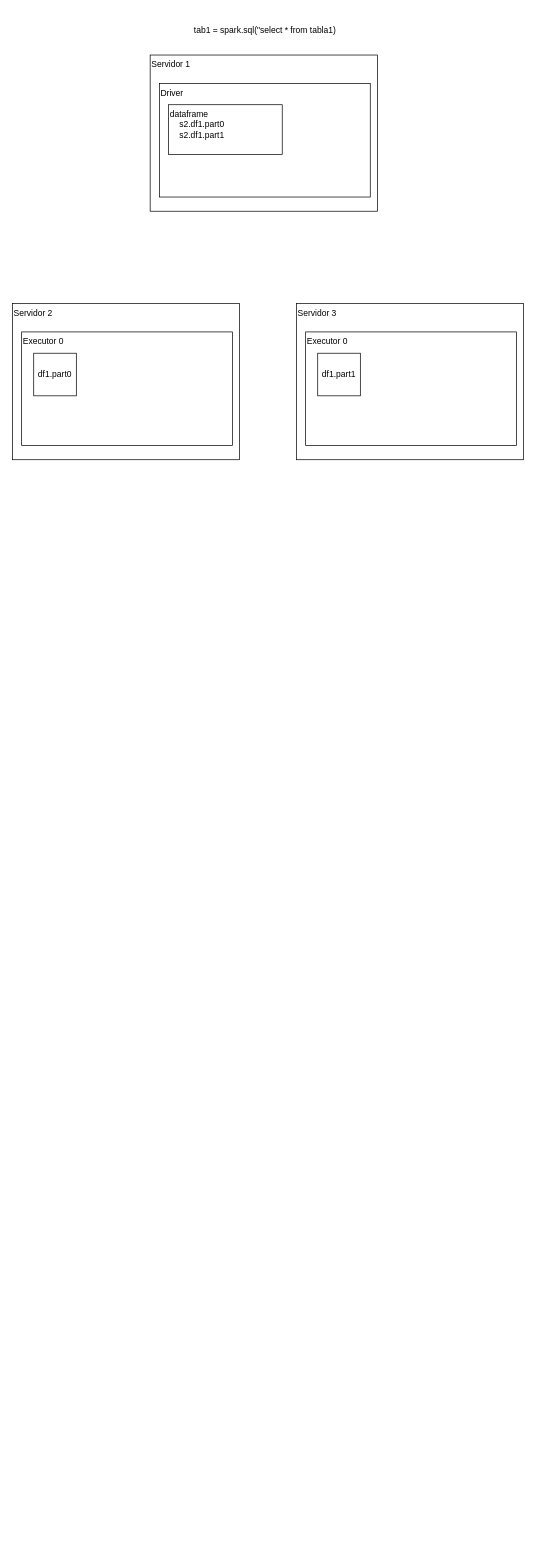
This is draw.io/LaLiga/spark_arq.drawio from icuefue/draw.io, a draw.io file, before an edit. Source tidied: cells renumbered, new cells numbered last; positions are measured from the earlier drawing's top-left corner, leaving out a move shared by most shapes. Both pictures are drawn from the tidied source at 71%, with x=0, y=0 at pixel (12, 19).
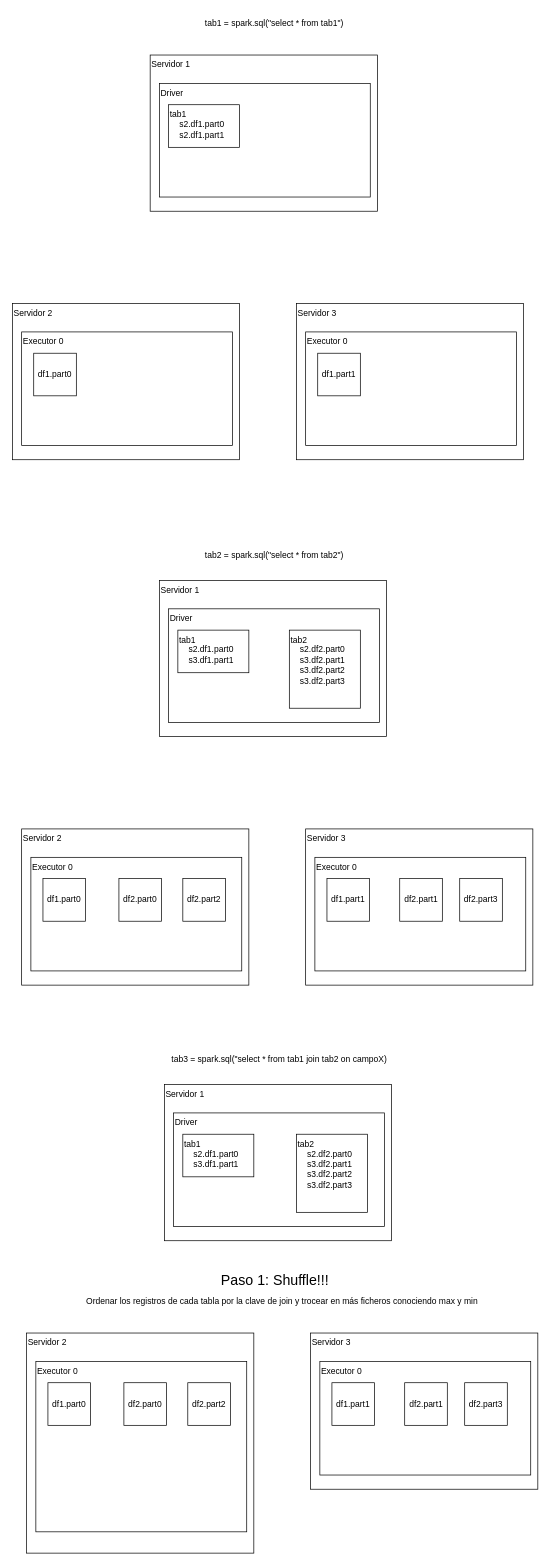
After the change.

The edit, as a diff of the source:
```diff
@@
-    <mxCell id="8" value="tab1 = spark.sql(&quot;select * from tabla1)" style="text;html=1;strokeColor=none;fillColor=none;align=center;verticalAlign=middle;whiteSpace=wrap;rounded=0;" parent="1" vertex="1">
-      <mxGeometry x="105.5" width="500" height="30" as="geometry" />
-    </mxCell>
-    <mxCell id="9" value="dataframe&lt;br&gt;&amp;nbsp; &amp;nbsp; s2.df1.part0&lt;br&gt;&amp;nbsp; &amp;nbsp; s2.df1.part1" style="rounded=0;whiteSpace=wrap;html=1;align=left;verticalAlign=top;" parent="1" vertex="1">
-      <mxGeometry x="220" y="120" width="160" height="70" as="geometry" />
+    <mxCell id="9" value="tab1&lt;br&gt;&amp;nbsp; &amp;nbsp; s2.df1.part0&lt;br&gt;&amp;nbsp; &amp;nbsp; s2.df1.part1" style="rounded=0;whiteSpace=wrap;html=1;align=left;verticalAlign=top;" parent="1" vertex="1">
+      <mxGeometry x="220" y="120" width="100" height="60" as="geometry" />
     </mxCell>
@@
+    <mxCell id="12" value="Servidor 2" style="rounded=0;whiteSpace=wrap;html=1;verticalAlign=top;align=left;" parent="1" vertex="1">
+      <mxGeometry x="13" y="1140" width="320" height="220" as="geometry" />
+    </mxCell>
+    <mxCell id="13" value="Executor 0" style="rounded=0;whiteSpace=wrap;html=1;align=left;verticalAlign=top;" parent="1" vertex="1">
+      <mxGeometry x="26" y="1180" width="297" height="160" as="geometry" />
+    </mxCell>
+    <mxCell id="14" value="Servidor 1" style="rounded=0;whiteSpace=wrap;html=1;verticalAlign=top;align=left;" parent="1" vertex="1">
+      <mxGeometry x="207" y="790" width="320" height="220" as="geometry" />
+    </mxCell>
+    <mxCell id="15" value="Driver" style="rounded=0;whiteSpace=wrap;html=1;align=left;verticalAlign=top;" parent="1" vertex="1">
+      <mxGeometry x="220" y="830" width="297" height="160" as="geometry" />
+    </mxCell>
+    <mxCell id="16" value="Servidor 3" style="rounded=0;whiteSpace=wrap;html=1;verticalAlign=top;align=left;" parent="1" vertex="1">
+      <mxGeometry x="413" y="1140" width="320" height="220" as="geometry" />
+    </mxCell>
+    <mxCell id="17" value="Executor 0" style="rounded=0;whiteSpace=wrap;html=1;align=left;verticalAlign=top;" parent="1" vertex="1">
+      <mxGeometry x="426" y="1180" width="297" height="160" as="geometry" />
+    </mxCell>
+    <mxCell id="18" value="tab1&lt;br&gt;&amp;nbsp; &amp;nbsp; s2.df1.part0&lt;br&gt;&amp;nbsp; &amp;nbsp; s3.df1.part1" style="rounded=0;whiteSpace=wrap;html=1;align=left;verticalAlign=top;" parent="1" vertex="1">
+      <mxGeometry x="233" y="860" width="100" height="60" as="geometry" />
+    </mxCell>
+    <mxCell id="19" value="df1.part0" style="rounded=0;whiteSpace=wrap;html=1;" parent="1" vertex="1">
+      <mxGeometry x="43" y="1210" width="60" height="60" as="geometry" />
+    </mxCell>
+    <mxCell id="20" value="df1.part1" style="rounded=0;whiteSpace=wrap;html=1;" parent="1" vertex="1">
+      <mxGeometry x="443" y="1210" width="60" height="60" as="geometry" />
+    </mxCell>
+    <mxCell id="21" value="tab2&lt;br&gt;&amp;nbsp; &amp;nbsp; s2.df2.part0&lt;br&gt;&amp;nbsp; &amp;nbsp; s3.df2.part1&lt;br&gt;&amp;nbsp; &amp;nbsp; s3.df2.part2&lt;br&gt;&amp;nbsp; &amp;nbsp; s3.df2.part3" style="rounded=0;whiteSpace=wrap;html=1;align=left;verticalAlign=top;" parent="1" vertex="1">
+      <mxGeometry x="390" y="860" width="100" height="110" as="geometry" />
+    </mxCell>
+    <mxCell id="22" value="df2.part0" style="rounded=0;whiteSpace=wrap;html=1;" parent="1" vertex="1">
+      <mxGeometry x="150" y="1210" width="60" height="60" as="geometry" />
+    </mxCell>
+    <mxCell id="23" value="df2.part1" style="rounded=0;whiteSpace=wrap;html=1;" parent="1" vertex="1">
+      <mxGeometry x="545.5" y="1210" width="60" height="60" as="geometry" />
+    </mxCell>
+    <mxCell id="24" value="df2.part2" style="rounded=0;whiteSpace=wrap;html=1;" parent="1" vertex="1">
+      <mxGeometry x="240" y="1210" width="60" height="60" as="geometry" />
+    </mxCell>
+    <mxCell id="25" value="df2.part3" style="rounded=0;whiteSpace=wrap;html=1;" parent="1" vertex="1">
+      <mxGeometry x="630" y="1210" width="60" height="60" as="geometry" />
+    </mxCell>
+    <mxCell id="26" value="Servidor 2" style="rounded=0;whiteSpace=wrap;html=1;verticalAlign=top;align=left;" parent="1" vertex="1">
+      <mxGeometry x="20" y="1850" width="320" height="310" as="geometry" />
+    </mxCell>
+    <mxCell id="27" value="Executor 0" style="rounded=0;whiteSpace=wrap;html=1;align=left;verticalAlign=top;" parent="1" vertex="1">
+      <mxGeometry x="33" y="1890" width="297" height="240" as="geometry" />
+    </mxCell>
+    <mxCell id="28" value="Servidor 1" style="rounded=0;whiteSpace=wrap;html=1;verticalAlign=top;align=left;" parent="1" vertex="1">
+      <mxGeometry x="214" y="1500" width="320" height="220" as="geometry" />
+    </mxCell>
+    <mxCell id="29" value="Driver" style="rounded=0;whiteSpace=wrap;html=1;align=left;verticalAlign=top;" parent="1" vertex="1">
+      <mxGeometry x="227" y="1540" width="297" height="160" as="geometry" />
+    </mxCell>
+    <mxCell id="30" value="Servidor 3" style="rounded=0;whiteSpace=wrap;html=1;verticalAlign=top;align=left;" parent="1" vertex="1">
+      <mxGeometry x="420" y="1850" width="320" height="220" as="geometry" />
+    </mxCell>
+    <mxCell id="31" value="Executor 0" style="rounded=0;whiteSpace=wrap;html=1;align=left;verticalAlign=top;" parent="1" vertex="1">
+      <mxGeometry x="433" y="1890" width="297" height="160" as="geometry" />
+    </mxCell>
+    <mxCell id="32" value="tab3 = spark.sql(&quot;select * from tab1 join tab2 on campoX)" style="text;html=1;strokeColor=none;fillColor=none;align=center;verticalAlign=middle;whiteSpace=wrap;rounded=0;" parent="1" vertex="1">
+      <mxGeometry x="125.5" y="1450" width="500" height="30" as="geometry" />
+    </mxCell>
+    <mxCell id="33" value="tab1&lt;br&gt;&amp;nbsp; &amp;nbsp; s2.df1.part0&lt;br&gt;&amp;nbsp; &amp;nbsp; s3.df1.part1" style="rounded=0;whiteSpace=wrap;html=1;align=left;verticalAlign=top;" parent="1" vertex="1">
+      <mxGeometry x="240" y="1570" width="100" height="60" as="geometry" />
+    </mxCell>
+    <mxCell id="34" value="df1.part0" style="rounded=0;whiteSpace=wrap;html=1;" parent="1" vertex="1">
+      <mxGeometry x="50" y="1920" width="60" height="60" as="geometry" />
+    </mxCell>
+    <mxCell id="35" value="df1.part1" style="rounded=0;whiteSpace=wrap;html=1;" parent="1" vertex="1">
+      <mxGeometry x="450" y="1920" width="60" height="60" as="geometry" />
+    </mxCell>
+    <mxCell id="36" value="df2.part0" style="rounded=0;whiteSpace=wrap;html=1;" parent="1" vertex="1">
+      <mxGeometry x="157" y="1920" width="60" height="60" as="geometry" />
+    </mxCell>
+    <mxCell id="37" value="df2.part1" style="rounded=0;whiteSpace=wrap;html=1;" parent="1" vertex="1">
+      <mxGeometry x="552.5" y="1920" width="60" height="60" as="geometry" />
+    </mxCell>
+    <mxCell id="38" value="df2.part2" style="rounded=0;whiteSpace=wrap;html=1;" parent="1" vertex="1">
+      <mxGeometry x="247" y="1920" width="60" height="60" as="geometry" />
+    </mxCell>
+    <mxCell id="39" value="df2.part3" style="rounded=0;whiteSpace=wrap;html=1;" parent="1" vertex="1">
+      <mxGeometry x="637" y="1920" width="60" height="60" as="geometry" />
+    </mxCell>
+    <mxCell id="40" value="tab2 = spark.sql(&quot;select * from tab2&quot;)" style="text;html=1;strokeColor=none;fillColor=none;align=center;verticalAlign=middle;whiteSpace=wrap;rounded=0;" parent="1" vertex="1">
+      <mxGeometry x="118.5" y="740" width="500" height="30" as="geometry" />
+    </mxCell>
+    <mxCell id="41" value="tab1 = spark.sql(&quot;select * from tab1&quot;)" style="text;html=1;strokeColor=none;fillColor=none;align=center;verticalAlign=middle;whiteSpace=wrap;rounded=0;" parent="1" vertex="1">
+      <mxGeometry x="118.5" y="-10" width="500" height="30" as="geometry" />
+    </mxCell>
+    <mxCell id="42" value="tab2&lt;br&gt;&amp;nbsp; &amp;nbsp; s2.df2.part0&lt;br&gt;&amp;nbsp; &amp;nbsp; s3.df2.part1&lt;br&gt;&amp;nbsp; &amp;nbsp; s3.df2.part2&lt;br&gt;&amp;nbsp; &amp;nbsp; s3.df2.part3" style="rounded=0;whiteSpace=wrap;html=1;align=left;verticalAlign=top;" parent="1" vertex="1">
+      <mxGeometry x="400" y="1570" width="100" height="110" as="geometry" />
+    </mxCell>
+    <mxCell id="43" value="Paso 1: Shuffle!!!" style="text;html=1;strokeColor=none;fillColor=none;align=center;verticalAlign=middle;whiteSpace=wrap;rounded=0;fontSize=20;" parent="1" vertex="1">
+      <mxGeometry x="220" y="1750" width="300" height="50" as="geometry" />
+    </mxCell>
+    <mxCell id="44" value="Ordenar los registros de cada tabla por la clave de join y trocear en más ficheros conociendo max y min" style="text;html=1;strokeColor=none;fillColor=none;align=center;verticalAlign=middle;whiteSpace=wrap;rounded=0;" parent="1" vertex="1">
+      <mxGeometry x="70" y="1790" width="620" height="30" as="geometry" />
+    </mxCell>
```
